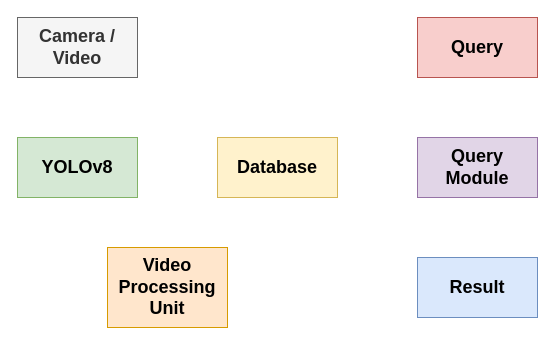
This is AIIOT画图.drawio from sql0316/hello-world, a draw.io file, before an edit. Source tidied: cells renumbered, new cells numbered last; positions are measured from the earlier drawing's top-left corner, leaving out a move shared by most shapes. Both pictures are drawn from the tidied source at 100%, with x=0, y=0 at pixel (17, 17).
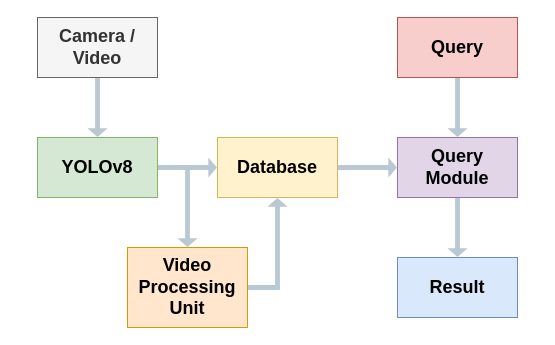
Above is the later version.

What changed in the source:
```diff
@@
 <mxGraphModel>
   <root>
     <mxCell id="0" />
     <mxCell id="1" parent="0" />
     <mxCell id="2" value="&lt;font size=&quot;1&quot; style=&quot;&quot;&gt;&lt;b style=&quot;font-size: 18px;&quot;&gt;Camera / Video&lt;/b&gt;&lt;/font&gt;" style="rounded=0;whiteSpace=wrap;html=1;fillColor=#f5f5f5;strokeColor=#666666;fontColor=#333333;" parent="1" vertex="1">
-      <mxGeometry width="120" height="60" as="geometry" />
+      <mxGeometry x="20" width="120" height="60" as="geometry" />
     </mxCell>
     <mxCell id="3" value="&lt;font size=&quot;1&quot; style=&quot;&quot;&gt;&lt;b style=&quot;font-size: 18px;&quot;&gt;YOLOv8&lt;/b&gt;&lt;/font&gt;" style="rounded=0;whiteSpace=wrap;html=1;fillColor=#d5e8d4;strokeColor=#82b366;" parent="1" vertex="1">
-      <mxGeometry y="120" width="120" height="60" as="geometry" />
+      <mxGeometry x="20" y="120" width="120" height="60" as="geometry" />
     </mxCell>
     <mxCell id="4" value="&lt;font size=&quot;1&quot; style=&quot;&quot;&gt;&lt;b style=&quot;font-size: 18px;&quot;&gt;Database&lt;/b&gt;&lt;/font&gt;" style="rounded=0;whiteSpace=wrap;html=1;fillColor=#fff2cc;strokeColor=#d6b656;" parent="1" vertex="1">
       <mxGeometry x="200" y="120" width="120" height="60" as="geometry" />
     </mxCell>
     <mxCell id="5" value="&lt;font size=&quot;1&quot; style=&quot;&quot;&gt;&lt;b style=&quot;font-size: 18px;&quot;&gt;Video Processing Unit&lt;/b&gt;&lt;/font&gt;" style="rounded=0;whiteSpace=wrap;html=1;fillColor=#ffe6cc;strokeColor=#d79b00;" parent="1" vertex="1">
-      <mxGeometry x="90" y="230" width="120" height="80" as="geometry" />
+      <mxGeometry x="110" y="230" width="120" height="80" as="geometry" />
     </mxCell>
     <mxCell id="6" value="&lt;font size=&quot;1&quot; style=&quot;&quot;&gt;&lt;b style=&quot;font-size: 18px;&quot;&gt;Query Module&lt;/b&gt;&lt;/font&gt;" style="rounded=0;whiteSpace=wrap;html=1;fillColor=#e1d5e7;strokeColor=#9673a6;" parent="1" vertex="1">
-      <mxGeometry x="400" y="120" width="120" height="60" as="geometry" />
+      <mxGeometry x="380" y="120" width="120" height="60" as="geometry" />
     </mxCell>
     <mxCell id="7" value="&lt;font size=&quot;1&quot; style=&quot;&quot;&gt;&lt;b style=&quot;font-size: 18px;&quot;&gt;Result&lt;/b&gt;&lt;/font&gt;" style="rounded=0;whiteSpace=wrap;html=1;fillColor=#dae8fc;strokeColor=#6c8ebf;" parent="1" vertex="1">
-      <mxGeometry x="400" y="240" width="120" height="60" as="geometry" />
+      <mxGeometry x="380" y="240" width="120" height="60" as="geometry" />
     </mxCell>
     <mxCell id="8" value="&lt;font size=&quot;1&quot; style=&quot;&quot;&gt;&lt;b style=&quot;font-size: 18px;&quot;&gt;Query&lt;/b&gt;&lt;/font&gt;" style="rounded=0;whiteSpace=wrap;html=1;fillColor=#f8cecc;strokeColor=#b85450;" parent="1" vertex="1">
-      <mxGeometry x="400" width="120" height="60" as="geometry" />
+      <mxGeometry x="380" width="120" height="60" as="geometry" />
     </mxCell>
+    <mxCell id="9" style="shape=flexArrow;endArrow=classic;html=1;rounded=0;fillColor=#bac8d3;strokeColor=none;width=4.8;endSize=2.56;endWidth=14.428571428571429;entryX=0.5;entryY=0;entryDx=0;entryDy=0;exitX=0.5;exitY=1;exitDx=0;exitDy=0;" parent="1" edge="1" source="2" target="3">
+      <mxGeometry relative="1" as="geometry" />
+    </mxCell>
+    <mxCell id="10" style="shape=flexArrow;endArrow=classic;html=1;rounded=0;fillColor=#bac8d3;strokeColor=none;width=4.8;endSize=2.56;endWidth=14.428571428571429;entryX=0;entryY=0.5;entryDx=0;entryDy=0;exitX=1;exitY=0.5;exitDx=0;exitDy=0;" parent="1" edge="1" source="3" target="4">
+      <mxGeometry relative="1" as="geometry" />
+    </mxCell>
+    <mxCell id="11" style="shape=flexArrow;endArrow=classic;html=1;rounded=0;fillColor=#bac8d3;strokeColor=none;width=4.8;endSize=2.56;endWidth=14.428571428571429;entryX=0.5;entryY=0;entryDx=0;entryDy=0;" parent="1" edge="1" target="5">
+      <mxGeometry relative="1" as="geometry">
+        <mxPoint x="170" y="150" as="sourcePoint" />
+      </mxGeometry>
+    </mxCell>
+    <mxCell id="12" style="shape=flexArrow;endArrow=classic;html=1;rounded=0;fillColor=#bac8d3;strokeColor=none;width=4.8;endSize=2.56;endWidth=14.428571428571429;entryX=0.5;entryY=1;entryDx=0;entryDy=0;exitX=1;exitY=0.5;exitDx=0;exitDy=0;" parent="1" edge="1" source="5" target="4">
+      <mxGeometry relative="1" as="geometry">
+        <Array as="points">
+          <mxPoint x="260" y="270" />
+        </Array>
+      </mxGeometry>
+    </mxCell>
+    <mxCell id="13" style="shape=flexArrow;endArrow=classic;html=1;rounded=0;fillColor=#bac8d3;strokeColor=none;width=4.8;endSize=2.56;endWidth=14.428571428571429;entryX=0;entryY=0.5;entryDx=0;entryDy=0;exitX=1;exitY=0.5;exitDx=0;exitDy=0;" parent="1" edge="1" source="4" target="6">
+      <mxGeometry relative="1" as="geometry" />
+    </mxCell>
+    <mxCell id="14" style="shape=flexArrow;endArrow=classic;html=1;rounded=0;fillColor=#bac8d3;strokeColor=none;width=4.8;endSize=2.56;endWidth=14.428571428571429;entryX=0.5;entryY=0;entryDx=0;entryDy=0;exitX=0.5;exitY=1;exitDx=0;exitDy=0;" parent="1" edge="1" source="8" target="6">
+      <mxGeometry relative="1" as="geometry" />
+    </mxCell>
+    <mxCell id="15" style="shape=flexArrow;endArrow=classic;html=1;rounded=0;fillColor=#bac8d3;strokeColor=none;width=4.8;endSize=2.56;endWidth=14.428571428571429;entryX=0.5;entryY=0;entryDx=0;entryDy=0;exitX=0.5;exitY=1;exitDx=0;exitDy=0;" parent="1" edge="1" source="6" target="7">
+      <mxGeometry relative="1" as="geometry" />
+    </mxCell>
   </root>
 </mxGraphModel>
```
